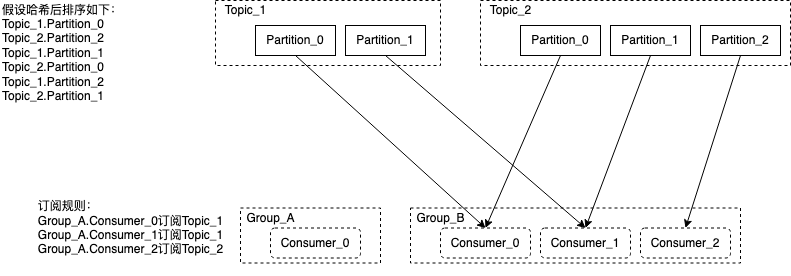
The draw.io diagram kafka Range分配策略.png in wu0hgl/note_pic, before a commit. Source tidied: cells renumbered, new cells last; positions are measured from the earlier drawing's top-left corner, leaving out a move shared by most shapes. The source it was exported from:
```xml
<mxGraphModel>
  <root>
    <mxCell id="0" />
    <mxCell id="1" parent="0" />
    <mxCell id="2" style="rounded=0;whiteSpace=wrap;html=1;dashed=1;" parent="1" vertex="1">
      <mxGeometry x="410" y="207.5" width="330" height="55" as="geometry" />
    </mxCell>
    <mxCell id="3" style="rounded=0;whiteSpace=wrap;html=1;dashed=1;" parent="1" vertex="1">
      <mxGeometry x="215" width="225" height="65" as="geometry" />
    </mxCell>
    <mxCell id="4" value="Partition_0" style="rounded=0;whiteSpace=wrap;html=1;" parent="1" vertex="1">
      <mxGeometry x="255" y="25" width="80" height="30" as="geometry" />
    </mxCell>
    <mxCell id="5" value="Partition_1" style="rounded=0;whiteSpace=wrap;html=1;" parent="1" vertex="1">
      <mxGeometry x="345" y="25" width="80" height="30" as="geometry" />
    </mxCell>
    <mxCell id="6" value="Topic_1" style="text;html=1;align=center;verticalAlign=middle;fillColor=none;strokeColor=none;rounded=0;" parent="1" vertex="1">
      <mxGeometry x="215" width="60" height="20" as="geometry" />
    </mxCell>
    <mxCell id="7" value="Consumer_2" style="rounded=1;whiteSpace=wrap;html=1;dashed=1;strokeColor=#000000;" parent="1" vertex="1">
      <mxGeometry x="640" y="227.5" width="90" height="30" as="geometry" />
    </mxCell>
    <mxCell id="8" value="Consumer_0" style="rounded=1;whiteSpace=wrap;html=1;dashed=1;strokeColor=#000000;" parent="1" vertex="1">
      <mxGeometry x="440" y="227.5" width="90" height="30" as="geometry" />
    </mxCell>
    <mxCell id="9" value="Consumer_1" style="rounded=1;whiteSpace=wrap;html=1;dashed=1;strokeColor=#000000;" parent="1" vertex="1">
      <mxGeometry x="540" y="227.5" width="90" height="30" as="geometry" />
    </mxCell>
    <mxCell id="10" value="&lt;div&gt;Group_B&lt;/div&gt;" style="text;html=1;align=center;verticalAlign=middle;fillColor=none;strokeColor=none;rounded=0;" parent="1" vertex="1">
      <mxGeometry x="410" y="207.5" width="60" height="20" as="geometry" />
    </mxCell>
    <mxCell id="11" style="rounded=0;whiteSpace=wrap;html=1;dashed=1;" parent="1" vertex="1">
      <mxGeometry x="480" width="310" height="65" as="geometry" />
    </mxCell>
    <mxCell id="12" value="Partition_0" style="rounded=0;whiteSpace=wrap;html=1;" parent="1" vertex="1">
      <mxGeometry x="520" y="25" width="80" height="30" as="geometry" />
    </mxCell>
    <mxCell id="13" value="Partition_1" style="rounded=0;whiteSpace=wrap;html=1;" parent="1" vertex="1">
      <mxGeometry x="610" y="25" width="80" height="30" as="geometry" />
    </mxCell>
    <mxCell id="14" value="Partition_2" style="rounded=0;whiteSpace=wrap;html=1;" parent="1" vertex="1">
      <mxGeometry x="700" y="25" width="80" height="30" as="geometry" />
    </mxCell>
    <mxCell id="15" value="Topic_2" style="text;html=1;align=center;verticalAlign=middle;fillColor=none;strokeColor=none;rounded=0;" parent="1" vertex="1">
      <mxGeometry x="480" width="60" height="20" as="geometry" />
    </mxCell>
    <mxCell id="16" value="&lt;div align=&quot;left&quot;&gt;订阅规则：&lt;/div&gt;&lt;div&gt;Group_A.Consumer_0订阅Topic_1&lt;/div&gt;&lt;div&gt;Group_A.Consumer_1订阅Topic_1&lt;/div&gt;&lt;div&gt;Group_A.Consumer_2订阅Topic_2&lt;/div&gt;&lt;div&gt;&amp;nbsp;&amp;nbsp; &lt;br&gt;&lt;/div&gt;" style="text;html=1;align=center;verticalAlign=middle;fillColor=none;strokeColor=none;rounded=0;dashed=1;" parent="1" vertex="1">
      <mxGeometry x="30" y="195" width="200" height="80" as="geometry" />
    </mxCell>
    <mxCell id="17" value="&lt;div align=&quot;left&quot;&gt;假设哈希后排序如下：&lt;br&gt;&lt;/div&gt;&lt;div align=&quot;left&quot;&gt;Topic_1.Partition_0&lt;/div&gt;&lt;div align=&quot;left&quot;&gt;Topic_2.Partition_2&lt;/div&gt;&lt;div align=&quot;left&quot;&gt;Topic_1.Partition_1&lt;/div&gt;&lt;div align=&quot;left&quot;&gt;Topic_2.Partition_0&lt;/div&gt;&lt;div align=&quot;left&quot;&gt;Topic_1.Partition_2&lt;/div&gt;&lt;div align=&quot;left&quot;&gt;Topic_2.Partition_1&lt;/div&gt;&lt;div align=&quot;left&quot;&gt;&lt;br&gt;&lt;/div&gt;" style="text;html=1;align=left;verticalAlign=middle;fillColor=none;strokeColor=none;rounded=0;dashed=1;" parent="1" vertex="1">
      <mxGeometry width="140" height="120" as="geometry" />
    </mxCell>
    <mxCell id="18" style="endArrow=classic;html=1;exitX=0.5;exitY=1;exitDx=0;exitDy=0;entryX=0.5;entryY=0;entryDx=0;entryDy=0;" parent="1" edge="1" source="4" target="8">
      <mxGeometry relative="1" as="geometry" />
    </mxCell>
    <mxCell id="19" style="endArrow=classic;html=1;entryX=0.5;entryY=0;entryDx=0;entryDy=0;exitX=0.5;exitY=1;exitDx=0;exitDy=0;" parent="1" edge="1" source="14" target="7">
      <mxGeometry relative="1" as="geometry" />
    </mxCell>
    <mxCell id="20" style="endArrow=classic;html=1;entryX=0.5;entryY=0;entryDx=0;entryDy=0;exitX=0.5;exitY=1;exitDx=0;exitDy=0;" parent="1" edge="1" source="5" target="9">
      <mxGeometry relative="1" as="geometry" />
    </mxCell>
    <mxCell id="21" style="endArrow=classic;html=1;entryX=0.5;entryY=0;entryDx=0;entryDy=0;exitX=0.5;exitY=1;exitDx=0;exitDy=0;" parent="1" edge="1" source="12" target="8">
      <mxGeometry relative="1" as="geometry" />
    </mxCell>
    <mxCell id="22" style="endArrow=classic;html=1;exitX=0.5;exitY=1;exitDx=0;exitDy=0;entryX=0.5;entryY=0;entryDx=0;entryDy=0;" parent="1" edge="1" source="13" target="9">
      <mxGeometry relative="1" as="geometry" />
    </mxCell>
    <mxCell id="23" style="rounded=0;whiteSpace=wrap;html=1;dashed=1;" parent="1" vertex="1">
      <mxGeometry x="240" y="207.5" width="140" height="55" as="geometry" />
    </mxCell>
    <mxCell id="24" value="Consumer_0" style="rounded=1;whiteSpace=wrap;html=1;dashed=1;strokeColor=#000000;" parent="1" vertex="1">
      <mxGeometry x="270" y="227.5" width="90" height="30" as="geometry" />
    </mxCell>
    <mxCell id="25" value="&lt;div&gt;Group_A&lt;/div&gt;" style="text;html=1;align=center;verticalAlign=middle;fillColor=none;strokeColor=none;rounded=0;" parent="1" vertex="1">
      <mxGeometry x="240" y="207.5" width="60" height="20" as="geometry" />
    </mxCell>
  </root>
</mxGraphModel>
```
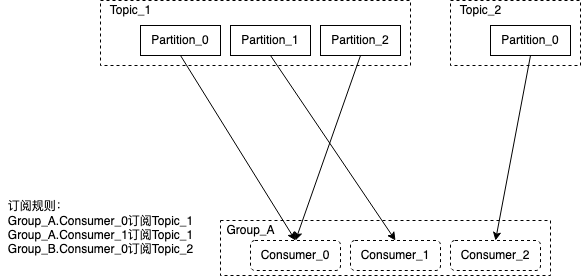
Later version of the same file.

Commit message:
更新kafka Range分配策略.png

Diff of the diagram source:
```diff
@@ -2,77 +2,59 @@
   <root>
     <mxCell id="0" />
     <mxCell id="1" parent="0" />
-    <mxCell id="2" style="rounded=0;whiteSpace=wrap;html=1;dashed=1;" parent="1" vertex="1">
-      <mxGeometry x="410" y="207.5" width="330" height="55" as="geometry" />
-    </mxCell>
-    <mxCell id="3" style="rounded=0;whiteSpace=wrap;html=1;dashed=1;" parent="1" vertex="1">
-      <mxGeometry x="215" width="225" height="65" as="geometry" />
-    </mxCell>
-    <mxCell id="4" value="Partition_0" style="rounded=0;whiteSpace=wrap;html=1;" parent="1" vertex="1">
-      <mxGeometry x="255" y="25" width="80" height="30" as="geometry" />
-    </mxCell>
-    <mxCell id="5" value="Partition_1" style="rounded=0;whiteSpace=wrap;html=1;" parent="1" vertex="1">
-      <mxGeometry x="345" y="25" width="80" height="30" as="geometry" />
-    </mxCell>
+    <mxCell id="26" style="rounded=0;whiteSpace=wrap;html=1;dashed=1;" parent="1" vertex="1">
+      <mxGeometry x="260" y="230" width="330" height="55" as="geometry" />
+    </mxCell>
+    <mxCell id="27" style="rounded=0;whiteSpace=wrap;html=1;dashed=1;" parent="1" vertex="1">
+      <mxGeometry x="140" y="10" width="310" height="65" as="geometry" />
+    </mxCell>
+    <mxCell id="28" value="Partition_0" style="rounded=0;whiteSpace=wrap;html=1;" parent="1" vertex="1">
+      <mxGeometry x="180" y="35" width="80" height="30" as="geometry" />
+    </mxCell>
+    <mxCell id="29" value="Partition_1" style="rounded=0;whiteSpace=wrap;html=1;" parent="1" vertex="1">
+      <mxGeometry x="270" y="35" width="80" height="30" as="geometry" />
+    </mxCell>
+    <mxCell id="14" value="Partition_2" style="rounded=0;whiteSpace=wrap;html=1;" parent="1" vertex="1">
+      <mxGeometry x="360" y="35" width="80" height="30" as="geometry" />
+    </mxCell>
     <mxCell id="6" value="Topic_1" style="text;html=1;align=center;verticalAlign=middle;fillColor=none;strokeColor=none;rounded=0;" parent="1" vertex="1">
-      <mxGeometry x="215" width="60" height="20" as="geometry" />
+      <mxGeometry x="140" y="10" width="60" height="20" as="geometry" />
     </mxCell>
     <mxCell id="7" value="Consumer_2" style="rounded=1;whiteSpace=wrap;html=1;dashed=1;strokeColor=#000000;" parent="1" vertex="1">
-      <mxGeometry x="640" y="227.5" width="90" height="30" as="geometry" />
+      <mxGeometry x="490" y="250" width="90" height="30" as="geometry" />
     </mxCell>
-    <mxCell id="8" value="Consumer_0" style="rounded=1;whiteSpace=wrap;html=1;dashed=1;strokeColor=#000000;" parent="1" vertex="1">
-      <mxGeometry x="440" y="227.5" width="90" height="30" as="geometry" />
-    </mxCell>
+    <mxCell id="30" value="Consumer_0" style="rounded=1;whiteSpace=wrap;html=1;dashed=1;strokeColor=#000000;" parent="1" vertex="1">
+      <mxGeometry x="290" y="250" width="90" height="30" as="geometry" />
+    </mxCell>
     <mxCell id="9" value="Consumer_1" style="rounded=1;whiteSpace=wrap;html=1;dashed=1;strokeColor=#000000;" parent="1" vertex="1">
-      <mxGeometry x="540" y="227.5" width="90" height="30" as="geometry" />
+      <mxGeometry x="390" y="250" width="90" height="30" as="geometry" />
     </mxCell>
-    <mxCell id="10" value="&lt;div&gt;Group_B&lt;/div&gt;" style="text;html=1;align=center;verticalAlign=middle;fillColor=none;strokeColor=none;rounded=0;" parent="1" vertex="1">
-      <mxGeometry x="410" y="207.5" width="60" height="20" as="geometry" />
-    </mxCell>
-    <mxCell id="11" style="rounded=0;whiteSpace=wrap;html=1;dashed=1;" parent="1" vertex="1">
-      <mxGeometry x="480" width="310" height="65" as="geometry" />
-    </mxCell>
-    <mxCell id="12" value="Partition_0" style="rounded=0;whiteSpace=wrap;html=1;" parent="1" vertex="1">
-      <mxGeometry x="520" y="25" width="80" height="30" as="geometry" />
-    </mxCell>
-    <mxCell id="13" value="Partition_1" style="rounded=0;whiteSpace=wrap;html=1;" parent="1" vertex="1">
-      <mxGeometry x="610" y="25" width="80" height="30" as="geometry" />
-    </mxCell>
-    <mxCell id="14" value="Partition_2" style="rounded=0;whiteSpace=wrap;html=1;" parent="1" vertex="1">
-      <mxGeometry x="700" y="25" width="80" height="30" as="geometry" />
-    </mxCell>
+    <mxCell id="25" value="&lt;div&gt;Group_A&lt;/div&gt;" style="text;html=1;align=center;verticalAlign=middle;fillColor=none;strokeColor=none;rounded=0;" parent="1" vertex="1">
+      <mxGeometry x="260" y="230" width="60" height="20" as="geometry" />
+    </mxCell>
+    <mxCell id="31" style="rounded=0;whiteSpace=wrap;html=1;dashed=1;" parent="1" vertex="1">
+      <mxGeometry x="490" y="10" width="130" height="65" as="geometry" />
+    </mxCell>
+    <mxCell id="32" value="Partition_0" style="rounded=0;whiteSpace=wrap;html=1;" parent="1" vertex="1">
+      <mxGeometry x="530" y="35" width="80" height="30" as="geometry" />
+    </mxCell>
     <mxCell id="15" value="Topic_2" style="text;html=1;align=center;verticalAlign=middle;fillColor=none;strokeColor=none;rounded=0;" parent="1" vertex="1">
-      <mxGeometry x="480" width="60" height="20" as="geometry" />
+      <mxGeometry x="490" y="10" width="60" height="20" as="geometry" />
     </mxCell>
-    <mxCell id="16" value="&lt;div align=&quot;left&quot;&gt;订阅规则：&lt;/div&gt;&lt;div&gt;Group_A.Consumer_0订阅Topic_1&lt;/div&gt;&lt;div&gt;Group_A.Consumer_1订阅Topic_1&lt;/div&gt;&lt;div&gt;Group_A.Consumer_2订阅Topic_2&lt;/div&gt;&lt;div&gt;&amp;nbsp;&amp;nbsp; &lt;br&gt;&lt;/div&gt;" style="text;html=1;align=center;verticalAlign=middle;fillColor=none;strokeColor=none;rounded=0;dashed=1;" parent="1" vertex="1">
-      <mxGeometry x="30" y="195" width="200" height="80" as="geometry" />
-    </mxCell>
-    <mxCell id="17" value="&lt;div align=&quot;left&quot;&gt;假设哈希后排序如下：&lt;br&gt;&lt;/div&gt;&lt;div align=&quot;left&quot;&gt;Topic_1.Partition_0&lt;/div&gt;&lt;div align=&quot;left&quot;&gt;Topic_2.Partition_2&lt;/div&gt;&lt;div align=&quot;left&quot;&gt;Topic_1.Partition_1&lt;/div&gt;&lt;div align=&quot;left&quot;&gt;Topic_2.Partition_0&lt;/div&gt;&lt;div align=&quot;left&quot;&gt;Topic_1.Partition_2&lt;/div&gt;&lt;div align=&quot;left&quot;&gt;Topic_2.Partition_1&lt;/div&gt;&lt;div align=&quot;left&quot;&gt;&lt;br&gt;&lt;/div&gt;" style="text;html=1;align=left;verticalAlign=middle;fillColor=none;strokeColor=none;rounded=0;dashed=1;" parent="1" vertex="1">
-      <mxGeometry width="140" height="120" as="geometry" />
-    </mxCell>
-    <mxCell id="18" style="endArrow=classic;html=1;exitX=0.5;exitY=1;exitDx=0;exitDy=0;entryX=0.5;entryY=0;entryDx=0;entryDy=0;" parent="1" edge="1" source="4" target="8">
-      <mxGeometry relative="1" as="geometry" />
-    </mxCell>
-    <mxCell id="19" style="endArrow=classic;html=1;entryX=0.5;entryY=0;entryDx=0;entryDy=0;exitX=0.5;exitY=1;exitDx=0;exitDy=0;" parent="1" edge="1" source="14" target="7">
-      <mxGeometry relative="1" as="geometry" />
-    </mxCell>
-    <mxCell id="20" style="endArrow=classic;html=1;entryX=0.5;entryY=0;entryDx=0;entryDy=0;exitX=0.5;exitY=1;exitDx=0;exitDy=0;" parent="1" edge="1" source="5" target="9">
-      <mxGeometry relative="1" as="geometry" />
-    </mxCell>
-    <mxCell id="21" style="endArrow=classic;html=1;entryX=0.5;entryY=0;entryDx=0;entryDy=0;exitX=0.5;exitY=1;exitDx=0;exitDy=0;" parent="1" edge="1" source="12" target="8">
-      <mxGeometry relative="1" as="geometry" />
-    </mxCell>
-    <mxCell id="22" style="endArrow=classic;html=1;exitX=0.5;exitY=1;exitDx=0;exitDy=0;entryX=0.5;entryY=0;entryDx=0;entryDy=0;" parent="1" edge="1" source="13" target="9">
-      <mxGeometry relative="1" as="geometry" />
-    </mxCell>
-    <mxCell id="23" style="rounded=0;whiteSpace=wrap;html=1;dashed=1;" parent="1" vertex="1">
-      <mxGeometry x="240" y="207.5" width="140" height="55" as="geometry" />
-    </mxCell>
-    <mxCell id="24" value="Consumer_0" style="rounded=1;whiteSpace=wrap;html=1;dashed=1;strokeColor=#000000;" parent="1" vertex="1">
-      <mxGeometry x="270" y="227.5" width="90" height="30" as="geometry" />
-    </mxCell>
-    <mxCell id="25" value="&lt;div&gt;Group_A&lt;/div&gt;" style="text;html=1;align=center;verticalAlign=middle;fillColor=none;strokeColor=none;rounded=0;" parent="1" vertex="1">
-      <mxGeometry x="240" y="207.5" width="60" height="20" as="geometry" />
-    </mxCell>
+    <mxCell id="33" value="&lt;div align=&quot;left&quot;&gt;订阅规则：&lt;/div&gt;&lt;div&gt;Group_A.Consumer_0订阅Topic_1&lt;/div&gt;&lt;div&gt;Group_A.Consumer_1订阅Topic_1&lt;/div&gt;&lt;div&gt;Group_B.Consumer_0订阅Topic_2&lt;/div&gt;&lt;div&gt;&amp;nbsp;&amp;nbsp; &lt;br&gt;&lt;/div&gt;" style="text;html=1;align=center;verticalAlign=middle;fillColor=none;strokeColor=none;rounded=0;dashed=1;" parent="1" vertex="1">
+      <mxGeometry x="40" y="205" width="200" height="80" as="geometry" />
+    </mxCell>
+    <mxCell id="34" style="endArrow=classic;html=1;exitX=0.5;exitY=1;exitDx=0;exitDy=0;entryX=0.5;entryY=0;entryDx=0;entryDy=0;" parent="1" edge="1" source="28" target="30">
+      <mxGeometry relative="1" as="geometry" />
+    </mxCell>
+    <mxCell id="35" style="endArrow=classic;html=1;entryX=0.5;entryY=0;entryDx=0;entryDy=0;exitX=0.5;exitY=1;exitDx=0;exitDy=0;" parent="1" edge="1" source="32" target="7">
+      <mxGeometry relative="1" as="geometry" />
+    </mxCell>
+    <mxCell id="36" style="endArrow=classic;html=1;entryX=0.5;entryY=0;entryDx=0;entryDy=0;exitX=0.5;exitY=1;exitDx=0;exitDy=0;" parent="1" edge="1" source="29" target="9">
+      <mxGeometry relative="1" as="geometry" />
+    </mxCell>
+    <mxCell id="37" style="endArrow=classic;html=1;entryX=0.5;entryY=0;entryDx=0;entryDy=0;exitX=0.5;exitY=1;exitDx=0;exitDy=0;" parent="1" edge="1" source="14" target="30">
+      <mxGeometry relative="1" as="geometry" />
+    </mxCell>
   </root>
 </mxGraphModel>
```
